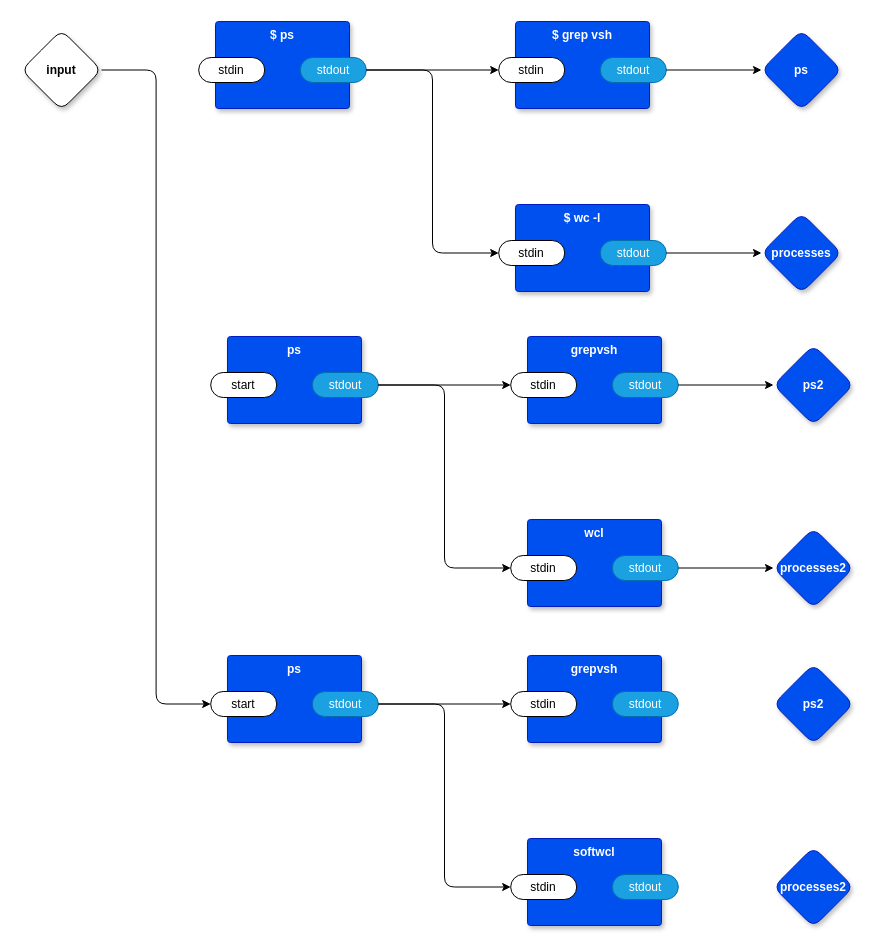
This is page "main" (1 of 5) of vsh.drawio from guitarvydas/odin0d, a draw.io file, before an edit. Source tidied: cells renumbered, new cells numbered last; positions are measured from the earlier drawing's top-left corner, leaving out a move shared by most shapes. Both pictures are drawn from the tidied source at 100%, with x=0, y=0 at pixel (21, 21).
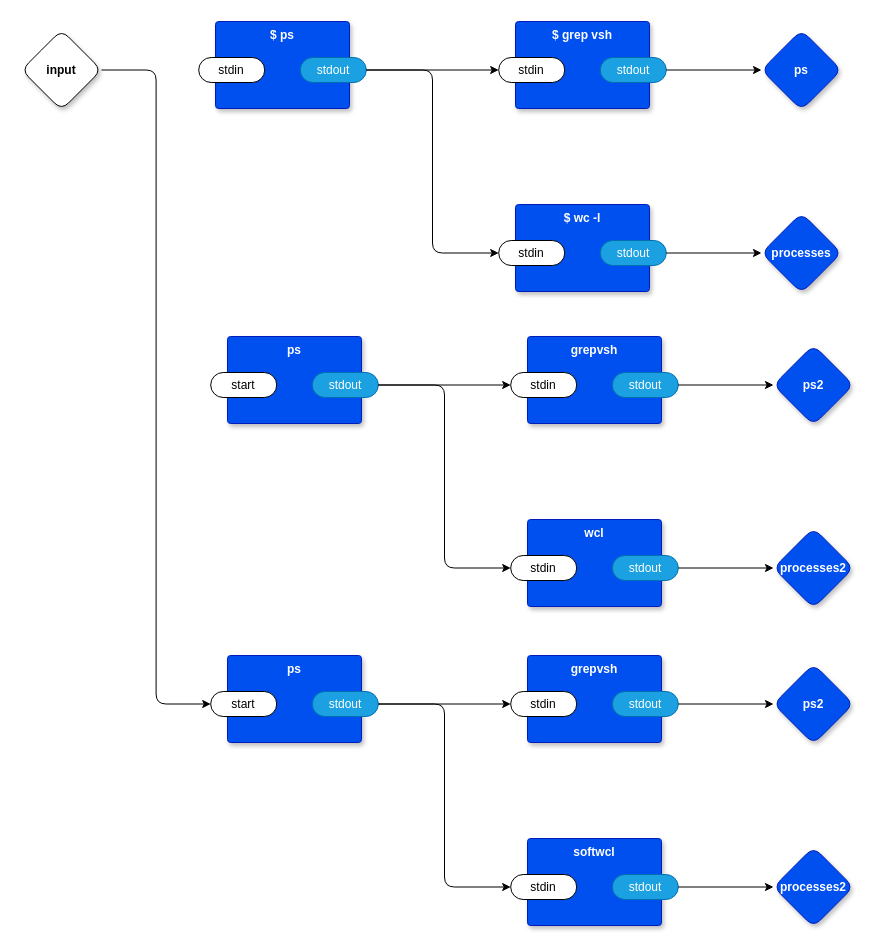
After the change.

Unchanged cells that the change refers to:
```xml
<mxCell id="34" value="ps2" style="rhombus;whiteSpace=wrap;html=1;rounded=1;fillColor=#0050ef;fontColor=#ffffff;strokeColor=#001DBC;fontStyle=1;glass=0;sketch=0;fontSize=12;points=[[0,0.5,0,0,0],[0.5,0,0,0,0],[0.5,1,0,0,0],[1,0.5,0,0,0]];shadow=1;" parent="1" vertex="1">
  <mxGeometry x="752" y="642.5" width="80" height="80" as="geometry" />
</mxCell>
<mxCell id="40" value="stdout" style="rounded=1;whiteSpace=wrap;html=1;sketch=0;points=[[0,0.5,0,0,0],[1,0.5,0,0,0]];fillColor=#1ba1e2;fontColor=#ffffff;strokeColor=#006EAF;arcSize=50;" parent="38" vertex="1">
  <mxGeometry x="84.8" y="36" width="66" height="25" as="geometry" />
</mxCell>
<mxCell id="44" value="stdout" style="rounded=1;whiteSpace=wrap;html=1;sketch=0;points=[[0,0.5,0,0,0],[1,0.5,0,0,0]];fillColor=#1ba1e2;fontColor=#ffffff;strokeColor=#006EAF;arcSize=50;" parent="42" vertex="1">
  <mxGeometry x="84.8" y="36" width="66" height="25" as="geometry" />
</mxCell>
<mxCell id="46" value="processes2" style="rhombus;whiteSpace=wrap;html=1;rounded=1;fillColor=#0050ef;fontColor=#ffffff;strokeColor=#001DBC;fontStyle=1;glass=0;sketch=0;fontSize=12;points=[[0,0.5,0,0,0],[0.5,0,0,0,0],[0.5,1,0,0,0],[1,0.5,0,0,0]];shadow=1;" parent="1" vertex="1">
  <mxGeometry x="752" y="825.5" width="80" height="80" as="geometry" />
</mxCell>
```

Change to the diagram source:
```diff
@@
+    <mxCell id="47" style="edgeStyle=orthogonalEdgeStyle;rounded=0;jettySize=auto;html=1;exitX=1;exitY=0.5;exitDx=0;exitDy=0;exitPerimeter=0;" parent="1" edge="1" source="40" target="34">
+      <mxGeometry relative="1" as="geometry" />
+    </mxCell>
+    <mxCell id="48" style="edgeStyle=orthogonalEdgeStyle;rounded=0;jettySize=auto;html=1;exitX=1;exitY=0.5;exitDx=0;exitDy=0;exitPerimeter=0;" parent="1" edge="1" source="44" target="46">
+      <mxGeometry relative="1" as="geometry" />
+    </mxCell>
```
